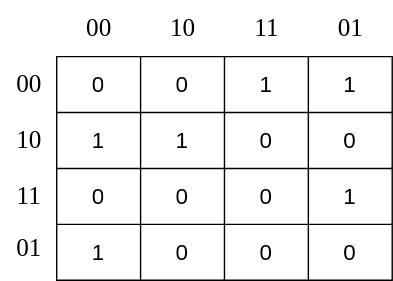
Zebray03/discrete-mathematics-structure keeps this draw.io diagram as exercise/chapter6/media/chapter6-6-8.drawio.svg. Above is the earlier version. Source tidied: cells renumbered, new cells last; positions are measured from the earlier drawing's top-left corner, leaving out a move shared by most shapes.
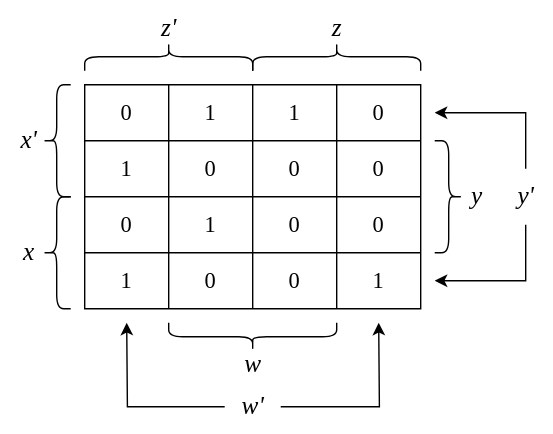
Later version of the same file.

What changed in the source:
```diff
@@ -8,86 +8,130 @@
     <mxCell id="3" style="shape=tableRow;horizontal=0;startSize=0;swimlaneHead=0;swimlaneBody=0;strokeColor=inherit;top=0;left=0;bottom=0;right=0;fillColor=none;fontSize=16;" parent="2" vertex="1">
       <mxGeometry width="240" height="40" as="geometry" />
     </mxCell>
-    <mxCell id="4" value="0" style="shape=partialRectangle;html=1;whiteSpace=wrap;strokeColor=inherit;overflow=hidden;fillColor=none;top=0;left=0;bottom=0;right=0;fontSize=16;" parent="3" vertex="1">
+    <mxCell id="4" value="&lt;font face=&quot;Times New Roman&quot;&gt;0&lt;/font&gt;" style="shape=partialRectangle;html=1;whiteSpace=wrap;strokeColor=inherit;overflow=hidden;fillColor=none;top=0;left=0;bottom=0;right=0;fontSize=16;" parent="3" vertex="1">
       <mxGeometry width="60" height="40" as="geometry" />
     </mxCell>
-    <mxCell id="5" value="0" style="shape=partialRectangle;html=1;whiteSpace=wrap;strokeColor=inherit;overflow=hidden;fillColor=none;top=0;left=0;bottom=0;right=0;fontSize=16;" parent="3" vertex="1">
+    <mxCell id="5" value="&lt;font face=&quot;Times New Roman&quot;&gt;1&lt;/font&gt;" style="shape=partialRectangle;html=1;whiteSpace=wrap;strokeColor=inherit;overflow=hidden;fillColor=none;top=0;left=0;bottom=0;right=0;fontSize=16;" parent="3" vertex="1">
       <mxGeometry x="60" width="60" height="40" as="geometry" />
     </mxCell>
-    <mxCell id="6" value="1" style="shape=partialRectangle;html=1;whiteSpace=wrap;strokeColor=inherit;overflow=hidden;fillColor=none;top=0;left=0;bottom=0;right=0;fontSize=16;" parent="3" vertex="1">
+    <mxCell id="6" value="&lt;font face=&quot;Times New Roman&quot;&gt;1&lt;/font&gt;" style="shape=partialRectangle;html=1;whiteSpace=wrap;strokeColor=inherit;overflow=hidden;fillColor=none;top=0;left=0;bottom=0;right=0;fontSize=16;" parent="3" vertex="1">
       <mxGeometry x="120" width="60" height="40" as="geometry" />
     </mxCell>
-    <mxCell id="7" value="1" style="shape=partialRectangle;html=1;whiteSpace=wrap;strokeColor=inherit;overflow=hidden;fillColor=none;top=0;left=0;bottom=0;right=0;fontSize=16;" parent="3" vertex="1">
+    <mxCell id="7" value="&lt;font face=&quot;Times New Roman&quot;&gt;0&lt;/font&gt;" style="shape=partialRectangle;html=1;whiteSpace=wrap;strokeColor=inherit;overflow=hidden;fillColor=none;top=0;left=0;bottom=0;right=0;fontSize=16;" parent="3" vertex="1">
       <mxGeometry x="180" width="60" height="40" as="geometry" />
     </mxCell>
     <mxCell id="8" style="shape=tableRow;horizontal=0;startSize=0;swimlaneHead=0;swimlaneBody=0;strokeColor=inherit;top=0;left=0;bottom=0;right=0;fillColor=none;fontSize=16;" parent="2" vertex="1">
       <mxGeometry y="40" width="240" height="40" as="geometry" />
     </mxCell>
-    <mxCell id="9" value="1" style="shape=partialRectangle;html=1;whiteSpace=wrap;strokeColor=inherit;overflow=hidden;fillColor=none;top=0;left=0;bottom=0;right=0;fontSize=16;" parent="8" vertex="1">
+    <mxCell id="9" value="&lt;font face=&quot;Times New Roman&quot;&gt;1&lt;/font&gt;" style="shape=partialRectangle;html=1;whiteSpace=wrap;strokeColor=inherit;overflow=hidden;fillColor=none;top=0;left=0;bottom=0;right=0;fontSize=16;" parent="8" vertex="1">
       <mxGeometry width="60" height="40" as="geometry" />
     </mxCell>
-    <mxCell id="10" value="1" style="shape=partialRectangle;html=1;whiteSpace=wrap;strokeColor=inherit;overflow=hidden;fillColor=none;top=0;left=0;bottom=0;right=0;fontSize=16;" parent="8" vertex="1">
+    <mxCell id="10" value="&lt;font face=&quot;Times New Roman&quot;&gt;0&lt;/font&gt;" style="shape=partialRectangle;html=1;whiteSpace=wrap;strokeColor=inherit;overflow=hidden;fillColor=none;top=0;left=0;bottom=0;right=0;fontSize=16;" parent="8" vertex="1">
       <mxGeometry x="60" width="60" height="40" as="geometry" />
     </mxCell>
-    <mxCell id="11" value="0" style="shape=partialRectangle;html=1;whiteSpace=wrap;strokeColor=inherit;overflow=hidden;fillColor=none;top=0;left=0;bottom=0;right=0;fontSize=16;" parent="8" vertex="1">
+    <mxCell id="11" value="&lt;font face=&quot;Times New Roman&quot;&gt;0&lt;/font&gt;" style="shape=partialRectangle;html=1;whiteSpace=wrap;strokeColor=inherit;overflow=hidden;fillColor=none;top=0;left=0;bottom=0;right=0;fontSize=16;" parent="8" vertex="1">
       <mxGeometry x="120" width="60" height="40" as="geometry" />
     </mxCell>
-    <mxCell id="12" value="0" style="shape=partialRectangle;html=1;whiteSpace=wrap;strokeColor=inherit;overflow=hidden;fillColor=none;top=0;left=0;bottom=0;right=0;fontSize=16;" parent="8" vertex="1">
+    <mxCell id="12" value="&lt;font face=&quot;Times New Roman&quot;&gt;0&lt;/font&gt;" style="shape=partialRectangle;html=1;whiteSpace=wrap;strokeColor=inherit;overflow=hidden;fillColor=none;top=0;left=0;bottom=0;right=0;fontSize=16;" parent="8" vertex="1">
       <mxGeometry x="180" width="60" height="40" as="geometry" />
     </mxCell>
     <mxCell id="13" style="shape=tableRow;horizontal=0;startSize=0;swimlaneHead=0;swimlaneBody=0;strokeColor=inherit;top=0;left=0;bottom=0;right=0;fillColor=none;fontSize=16;" parent="2" vertex="1">
       <mxGeometry y="80" width="240" height="40" as="geometry" />
     </mxCell>
-    <mxCell id="14" value="0" style="shape=partialRectangle;html=1;whiteSpace=wrap;strokeColor=inherit;overflow=hidden;fillColor=none;top=0;left=0;bottom=0;right=0;fontSize=16;" parent="13" vertex="1">
+    <mxCell id="14" value="&lt;font face=&quot;Times New Roman&quot;&gt;0&lt;/font&gt;" style="shape=partialRectangle;html=1;whiteSpace=wrap;strokeColor=inherit;overflow=hidden;fillColor=none;top=0;left=0;bottom=0;right=0;fontSize=16;" parent="13" vertex="1">
       <mxGeometry width="60" height="40" as="geometry" />
     </mxCell>
-    <mxCell id="15" value="0" style="shape=partialRectangle;html=1;whiteSpace=wrap;strokeColor=inherit;overflow=hidden;fillColor=none;top=0;left=0;bottom=0;right=0;fontSize=16;" parent="13" vertex="1">
+    <mxCell id="15" value="&lt;font face=&quot;Times New Roman&quot;&gt;1&lt;/font&gt;" style="shape=partialRectangle;html=1;whiteSpace=wrap;strokeColor=inherit;overflow=hidden;fillColor=none;top=0;left=0;bottom=0;right=0;fontSize=16;" parent="13" vertex="1">
       <mxGeometry x="60" width="60" height="40" as="geometry" />
     </mxCell>
-    <mxCell id="16" value="0" style="shape=partialRectangle;html=1;whiteSpace=wrap;strokeColor=inherit;overflow=hidden;fillColor=none;top=0;left=0;bottom=0;right=0;fontSize=16;" parent="13" vertex="1">
+    <mxCell id="16" value="&lt;font face=&quot;Times New Roman&quot;&gt;0&lt;/font&gt;" style="shape=partialRectangle;html=1;whiteSpace=wrap;strokeColor=inherit;overflow=hidden;fillColor=none;top=0;left=0;bottom=0;right=0;fontSize=16;" parent="13" vertex="1">
       <mxGeometry x="120" width="60" height="40" as="geometry" />
     </mxCell>
-    <mxCell id="17" value="1" style="shape=partialRectangle;html=1;whiteSpace=wrap;strokeColor=inherit;overflow=hidden;fillColor=none;top=0;left=0;bottom=0;right=0;fontSize=16;" parent="13" vertex="1">
+    <mxCell id="17" value="&lt;font face=&quot;Times New Roman&quot;&gt;0&lt;/font&gt;" style="shape=partialRectangle;html=1;whiteSpace=wrap;strokeColor=inherit;overflow=hidden;fillColor=none;top=0;left=0;bottom=0;right=0;fontSize=16;" parent="13" vertex="1">
       <mxGeometry x="180" width="60" height="40" as="geometry" />
     </mxCell>
     <mxCell id="18" style="shape=tableRow;horizontal=0;startSize=0;swimlaneHead=0;swimlaneBody=0;strokeColor=inherit;top=0;left=0;bottom=0;right=0;fillColor=none;fontSize=16;" parent="2" vertex="1">
       <mxGeometry y="120" width="240" height="40" as="geometry" />
     </mxCell>
-    <mxCell id="19" value="1" style="shape=partialRectangle;html=1;whiteSpace=wrap;strokeColor=inherit;overflow=hidden;fillColor=none;top=0;left=0;bottom=0;right=0;fontSize=16;" parent="18" vertex="1">
+    <mxCell id="19" value="&lt;font face=&quot;Times New Roman&quot;&gt;1&lt;/font&gt;" style="shape=partialRectangle;html=1;whiteSpace=wrap;strokeColor=inherit;overflow=hidden;fillColor=none;top=0;left=0;bottom=0;right=0;fontSize=16;" parent="18" vertex="1">
       <mxGeometry width="60" height="40" as="geometry" />
     </mxCell>
-    <mxCell id="20" value="0" style="shape=partialRectangle;html=1;whiteSpace=wrap;strokeColor=inherit;overflow=hidden;fillColor=none;top=0;left=0;bottom=0;right=0;fontSize=16;" parent="18" vertex="1">
+    <mxCell id="20" value="&lt;font face=&quot;Times New Roman&quot;&gt;0&lt;/font&gt;" style="shape=partialRectangle;html=1;whiteSpace=wrap;strokeColor=inherit;overflow=hidden;fillColor=none;top=0;left=0;bottom=0;right=0;fontSize=16;" parent="18" vertex="1">
       <mxGeometry x="60" width="60" height="40" as="geometry" />
     </mxCell>
-    <mxCell id="21" value="0" style="shape=partialRectangle;html=1;whiteSpace=wrap;strokeColor=inherit;overflow=hidden;fillColor=none;top=0;left=0;bottom=0;right=0;fontSize=16;" parent="18" vertex="1">
+    <mxCell id="21" value="&lt;font face=&quot;Times New Roman&quot;&gt;0&lt;/font&gt;" style="shape=partialRectangle;html=1;whiteSpace=wrap;strokeColor=inherit;overflow=hidden;fillColor=none;top=0;left=0;bottom=0;right=0;fontSize=16;" parent="18" vertex="1">
       <mxGeometry x="120" width="60" height="40" as="geometry" />
     </mxCell>
-    <mxCell id="22" value="0" style="shape=partialRectangle;html=1;whiteSpace=wrap;strokeColor=inherit;overflow=hidden;fillColor=none;top=0;left=0;bottom=0;right=0;fontSize=16;" parent="18" vertex="1">
+    <mxCell id="22" value="&lt;font face=&quot;Times New Roman&quot;&gt;1&lt;/font&gt;" style="shape=partialRectangle;html=1;whiteSpace=wrap;strokeColor=inherit;overflow=hidden;fillColor=none;top=0;left=0;bottom=0;right=0;fontSize=16;" parent="18" vertex="1">
       <mxGeometry x="180" width="60" height="40" as="geometry" />
     </mxCell>
-    <mxCell id="23" value="&lt;span style=&quot;font-family: &amp;quot;Times New Roman&amp;quot;; font-size: 18px;&quot;&gt;00&lt;/span&gt;" style="text;html=1;align=center;verticalAlign=middle;strokeColor=none;fillColor=none;" parent="1" vertex="1">
-      <mxGeometry y="40" width="40" height="40" as="geometry" />
-    </mxCell>
-    <mxCell id="24" value="&lt;span style=&quot;font-family: &amp;quot;Times New Roman&amp;quot;; font-size: 18px;&quot;&gt;10&lt;/span&gt;" style="text;html=1;align=center;verticalAlign=middle;strokeColor=none;fillColor=none;" parent="1" vertex="1">
-      <mxGeometry y="80" width="40" height="40" as="geometry" />
-    </mxCell>
-    <mxCell id="25" value="&lt;span style=&quot;font-family: &amp;quot;Times New Roman&amp;quot;; font-size: 18px;&quot;&gt;11&lt;/span&gt;" style="text;html=1;align=center;verticalAlign=middle;strokeColor=none;fillColor=none;" parent="1" vertex="1">
-      <mxGeometry y="120" width="40" height="40" as="geometry" />
-    </mxCell>
-    <mxCell id="26" value="&lt;span style=&quot;font-family: &amp;quot;Times New Roman&amp;quot;; font-size: 18px;&quot;&gt;01&lt;/span&gt;" style="text;html=1;align=center;verticalAlign=middle;strokeColor=none;fillColor=none;" parent="1" vertex="1">
-      <mxGeometry y="157" width="40" height="40" as="geometry" />
-    </mxCell>
-    <mxCell id="27" value="&lt;span style=&quot;font-family: &amp;quot;Times New Roman&amp;quot;; font-size: 18px;&quot;&gt;00&lt;/span&gt;" style="text;html=1;align=center;verticalAlign=middle;strokeColor=none;fillColor=none;" parent="1" vertex="1">
-      <mxGeometry x="50" width="40" height="40" as="geometry" />
-    </mxCell>
-    <mxCell id="28" value="&lt;span style=&quot;font-family: &amp;quot;Times New Roman&amp;quot;; font-size: 18px;&quot;&gt;10&lt;/span&gt;" style="text;html=1;align=center;verticalAlign=middle;strokeColor=none;fillColor=none;" parent="1" vertex="1">
-      <mxGeometry x="110" width="40" height="40" as="geometry" />
-    </mxCell>
-    <mxCell id="29" value="&lt;span style=&quot;font-family: &amp;quot;Times New Roman&amp;quot;; font-size: 18px;&quot;&gt;11&lt;/span&gt;" style="text;html=1;align=center;verticalAlign=middle;strokeColor=none;fillColor=none;" parent="1" vertex="1">
-      <mxGeometry x="170" width="40" height="40" as="geometry" />
-    </mxCell>
-    <mxCell id="30" value="&lt;span style=&quot;font-family: &amp;quot;Times New Roman&amp;quot;; font-size: 18px;&quot;&gt;01&lt;/span&gt;" style="text;html=1;align=center;verticalAlign=middle;strokeColor=none;fillColor=none;" parent="1" vertex="1">
-      <mxGeometry x="230" width="40" height="40" as="geometry" />
-    </mxCell>
+    <mxCell id="31" style="shape=curlyBracket;whiteSpace=wrap;html=1;rounded=1;labelPosition=left;verticalLabelPosition=middle;align=right;verticalAlign=middle;" parent="1" vertex="1">
+      <mxGeometry x="10" y="40" width="20" height="80" as="geometry" />
+    </mxCell>
+    <mxCell id="32" value="&lt;font face=&quot;Times New Roman&quot; style=&quot;font-size: 18px;&quot;&gt;&lt;i style=&quot;&quot;&gt;x'&lt;/i&gt;&lt;/font&gt;" style="text;html=1;align=center;verticalAlign=middle;strokeColor=none;fillColor=none;" parent="1" vertex="1">
+      <mxGeometry x="-20" y="60" width="40" height="40" as="geometry" />
+    </mxCell>
+    <mxCell id="33" style="shape=curlyBracket;whiteSpace=wrap;html=1;rounded=1;labelPosition=left;verticalLabelPosition=middle;align=right;verticalAlign=middle;" parent="1" vertex="1">
+      <mxGeometry x="10" y="120" width="20" height="80" as="geometry" />
+    </mxCell>
+    <mxCell id="34" value="&lt;font face=&quot;Times New Roman&quot; style=&quot;font-size: 18px;&quot;&gt;&lt;i style=&quot;&quot;&gt;x&lt;/i&gt;&lt;/font&gt;" style="text;html=1;align=center;verticalAlign=middle;strokeColor=none;fillColor=none;" parent="1" vertex="1">
+      <mxGeometry x="-15" y="140" width="30" height="40" as="geometry" />
+    </mxCell>
+    <mxCell id="35" style="shape=curlyBracket;whiteSpace=wrap;html=1;rounded=1;labelPosition=left;verticalLabelPosition=middle;align=right;verticalAlign=middle;direction=south;" parent="1" vertex="1">
+      <mxGeometry x="40" y="10" width="120" height="20" as="geometry" />
+    </mxCell>
+    <mxCell id="36" style="shape=curlyBracket;whiteSpace=wrap;html=1;rounded=1;labelPosition=left;verticalLabelPosition=middle;align=right;verticalAlign=middle;direction=south;" parent="1" vertex="1">
+      <mxGeometry x="160" y="10" width="120" height="20" as="geometry" />
+    </mxCell>
+    <mxCell id="37" value="&lt;font face=&quot;Times New Roman&quot; style=&quot;font-size: 18px;&quot;&gt;&lt;i style=&quot;&quot;&gt;z'&lt;/i&gt;&lt;/font&gt;" style="text;html=1;align=center;verticalAlign=middle;strokeColor=none;fillColor=none;" parent="1" vertex="1">
+      <mxGeometry x="85" y="-20" width="30" height="40" as="geometry" />
+    </mxCell>
+    <mxCell id="38" value="&lt;font face=&quot;Times New Roman&quot; style=&quot;font-size: 18px;&quot;&gt;&lt;i style=&quot;&quot;&gt;z&lt;/i&gt;&lt;/font&gt;" style="text;html=1;align=center;verticalAlign=middle;strokeColor=none;fillColor=none;" parent="1" vertex="1">
+      <mxGeometry x="205" y="-20" width="30" height="40" as="geometry" />
+    </mxCell>
+    <mxCell id="39" style="shape=curlyBracket;whiteSpace=wrap;html=1;rounded=1;flipH=1;labelPosition=right;verticalLabelPosition=middle;align=left;verticalAlign=middle;" parent="1" vertex="1">
+      <mxGeometry x="290" y="80" width="20" height="80" as="geometry" />
+    </mxCell>
+    <mxCell id="40" value="&lt;font face=&quot;Times New Roman&quot; style=&quot;font-size: 18px;&quot;&gt;&lt;i style=&quot;&quot;&gt;y&lt;/i&gt;&lt;/font&gt;" style="text;html=1;align=center;verticalAlign=middle;strokeColor=none;fillColor=none;" parent="1" vertex="1">
+      <mxGeometry x="305" y="100" width="30" height="40" as="geometry" />
+    </mxCell>
+    <mxCell id="41" style="shape=curlyBracket;whiteSpace=wrap;html=1;rounded=1;labelPosition=left;verticalLabelPosition=middle;align=right;verticalAlign=middle;rotation=-90;" parent="1" vertex="1">
+      <mxGeometry x="150" y="160" width="20" height="120" as="geometry" />
+    </mxCell>
+    <mxCell id="42" value="&lt;font face=&quot;Times New Roman&quot;&gt;&lt;span style=&quot;font-size: 18px;&quot;&gt;&lt;i&gt;w&lt;/i&gt;&lt;/span&gt;&lt;/font&gt;" style="text;html=1;align=center;verticalAlign=middle;strokeColor=none;fillColor=none;" parent="1" vertex="1">
+      <mxGeometry x="140" y="220" width="40" height="40" as="geometry" />
+    </mxCell>
+    <mxCell id="43" style="edgeStyle=orthogonalEdgeStyle;rounded=0;jettySize=auto;html=1;" parent="1" edge="1" source="45">
+      <mxGeometry relative="1" as="geometry">
+        <mxPoint x="250" y="210" as="targetPoint" />
+      </mxGeometry>
+    </mxCell>
+    <mxCell id="44" style="edgeStyle=orthogonalEdgeStyle;rounded=0;jettySize=auto;html=1;" parent="1" edge="1" source="45">
+      <mxGeometry relative="1" as="geometry">
+        <mxPoint x="70" y="210" as="targetPoint" />
+      </mxGeometry>
+    </mxCell>
+    <mxCell id="45" value="&lt;font face=&quot;Times New Roman&quot;&gt;&lt;span style=&quot;font-size: 18px;&quot;&gt;&lt;i&gt;w'&lt;/i&gt;&lt;/span&gt;&lt;/font&gt;" style="text;html=1;align=center;verticalAlign=middle;points=[];strokeColor=none;fillColor=none;" parent="1" vertex="1">
+      <mxGeometry x="140" y="250" width="40" height="40" as="geometry" />
+    </mxCell>
+    <mxCell id="46" style="edgeStyle=orthogonalEdgeStyle;rounded=0;jettySize=auto;html=1;" parent="1" edge="1" source="48">
+      <mxGeometry relative="1" as="geometry">
+        <mxPoint x="290" y="60" as="targetPoint" />
+        <Array as="points">
+          <mxPoint x="355" y="60" />
+        </Array>
+      </mxGeometry>
+    </mxCell>
+    <mxCell id="47" style="edgeStyle=orthogonalEdgeStyle;rounded=0;jettySize=auto;html=1;" parent="1" edge="1" source="48">
+      <mxGeometry relative="1" as="geometry">
+        <mxPoint x="290" y="180" as="targetPoint" />
+        <Array as="points">
+          <mxPoint x="355" y="180" />
+        </Array>
+      </mxGeometry>
+    </mxCell>
+    <mxCell id="48" value="&lt;font face=&quot;Times New Roman&quot; style=&quot;font-size: 18px;&quot;&gt;&lt;i style=&quot;&quot;&gt;y'&lt;/i&gt;&lt;/font&gt;" style="text;html=1;align=center;verticalAlign=middle;points=[];strokeColor=none;fillColor=none;" parent="1" vertex="1">
+      <mxGeometry x="335" y="100" width="40" height="40" as="geometry" />
+    </mxCell>
   </root>
 </mxGraphModel>
```
